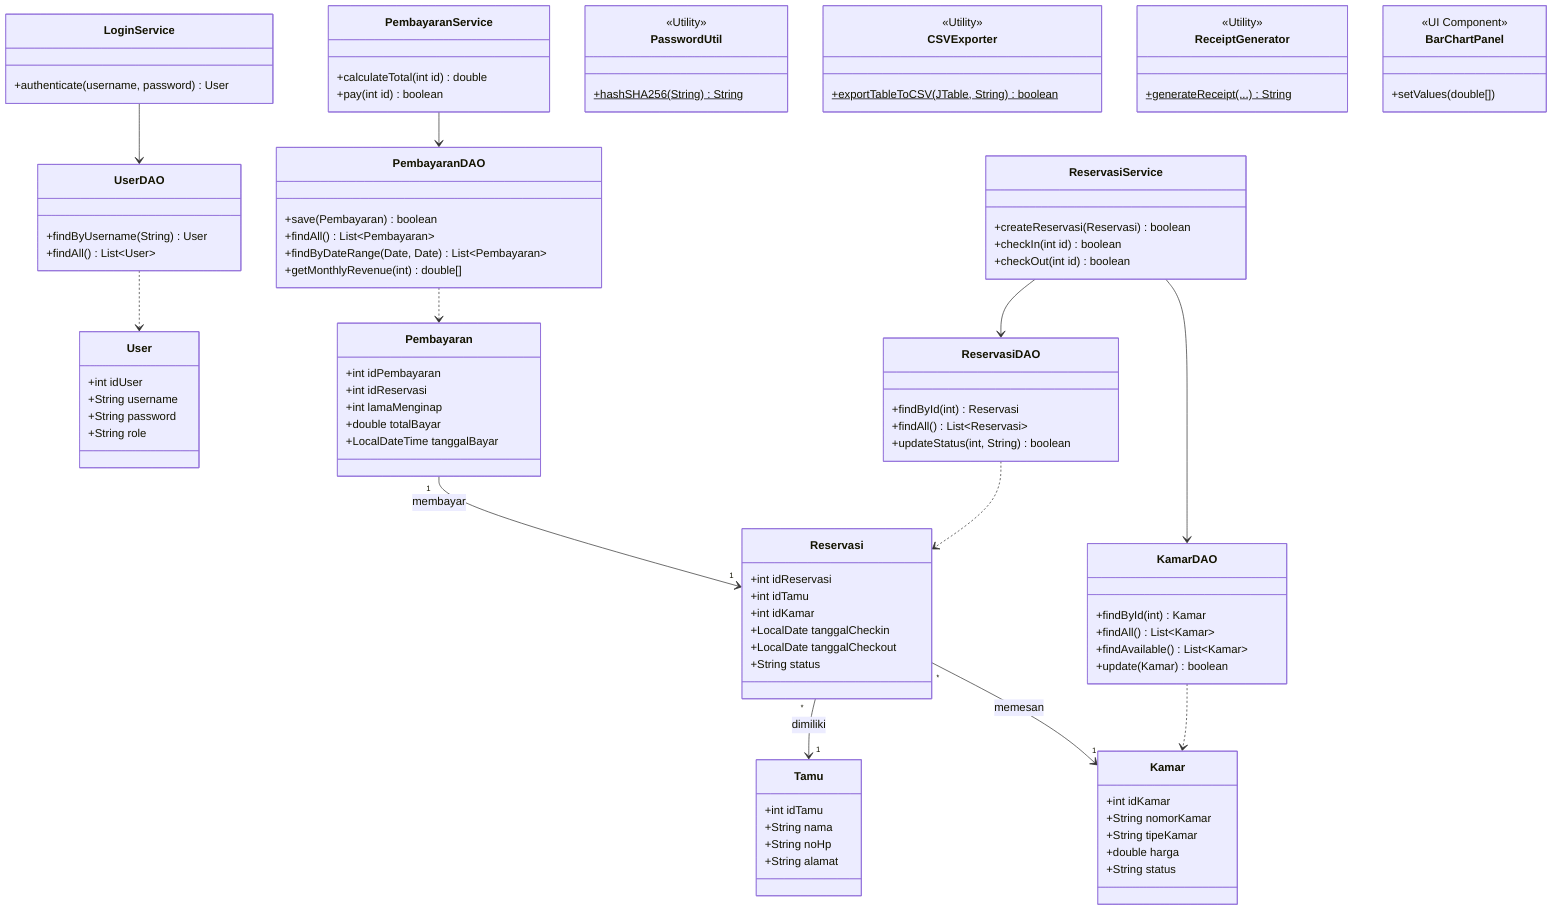
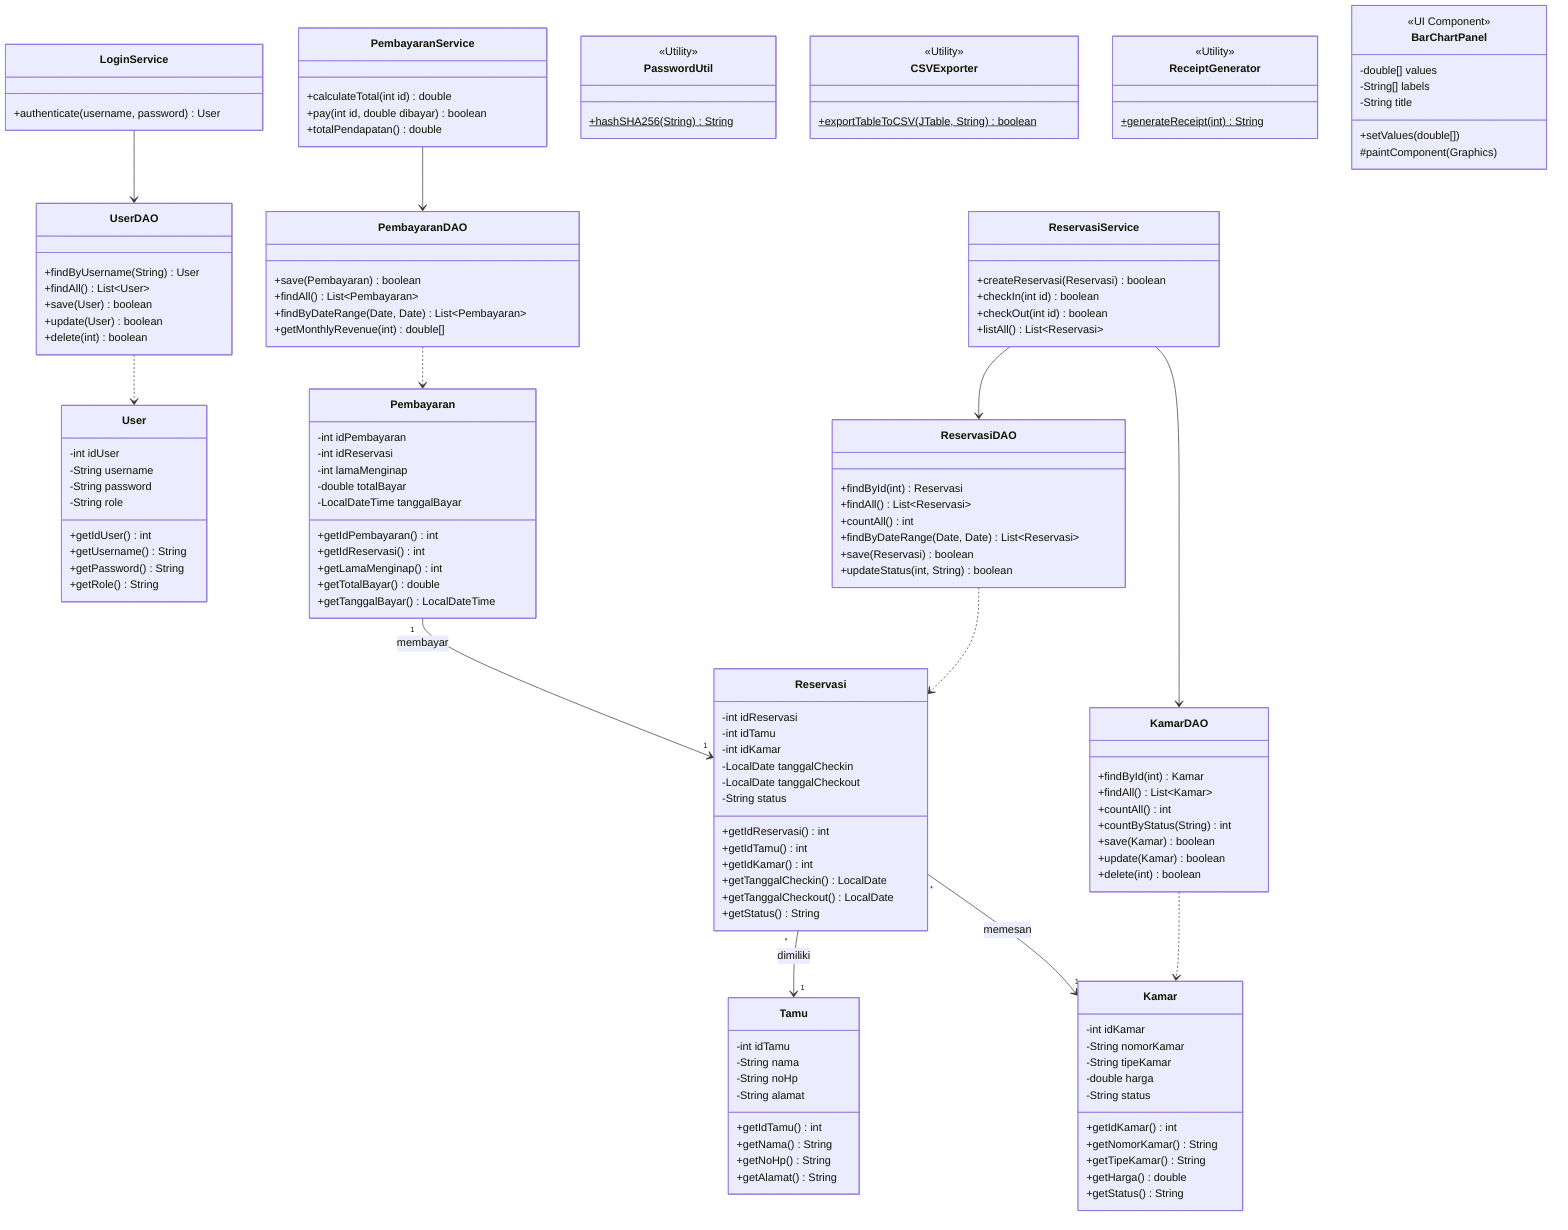
classDiagram
    %% Model Layer
    class User {
-         +int idUser
-         +String username
-         +String password
-         +String role
+         -int idUser
+         -String username
+         -String password
+         -String role
+         +getIdUser() int
+         +getUsername() String
+         +getPassword() String
+         +getRole() String
    }
    class Kamar {
-         +int idKamar
-         +String nomorKamar
-         +String tipeKamar
-         +double harga
-         +String status
+         -int idKamar
+         -String nomorKamar
+         -String tipeKamar
+         -double harga
+         -String status
+         +getIdKamar() int
+         +getNomorKamar() String
+         +getTipeKamar() String
+         +getHarga() double
+         +getStatus() String
    }
    class Tamu {
-         +int idTamu
-         +String nama
-         +String noHp
-         +String alamat
+         -int idTamu
+         -String nama
+         -String noHp
+         -String alamat
+         +getIdTamu() int
+         +getNama() String
+         +getNoHp() String
+         +getAlamat() String
    }
    class Reservasi {
-         +int idReservasi
-         +int idTamu
-         +int idKamar
-         +LocalDate tanggalCheckin
-         +LocalDate tanggalCheckout
-         +String status
+         -int idReservasi
+         -int idTamu
+         -int idKamar
+         -LocalDate tanggalCheckin
+         -LocalDate tanggalCheckout
+         -String status
+         +getIdReservasi() int
+         +getIdTamu() int
+         +getIdKamar() int
+         +getTanggalCheckin() LocalDate
+         +getTanggalCheckout() LocalDate
+         +getStatus() String
    }
    class Pembayaran {
-         +int idPembayaran
-         +int idReservasi
-         +int lamaMenginap
-         +double totalBayar
-         +LocalDateTime tanggalBayar
+         -int idPembayaran
+         -int idReservasi
+         -int lamaMenginap
+         -double totalBayar
+         -LocalDateTime tanggalBayar
+         +getIdPembayaran() int
+         +getIdReservasi() int
+         +getLamaMenginap() int
+         +getTotalBayar() double
+         +getTanggalBayar() LocalDateTime
    }

    Reservasi "*" --> "1" Tamu : dimiliki
    Reservasi "*" --> "1" Kamar : memesan
    Pembayaran "1" --> "1" Reservasi : membayar

    %% DAO Layer
    class UserDAO {
        +findByUsername(String) User
        +findAll() List~User~
+         +save(User) boolean
+         +update(User) boolean
+         +delete(int) boolean
    }
    class KamarDAO {
        +findById(int) Kamar
        +findAll() List~Kamar~
-         +findAvailable() List~Kamar~
+         +countAll() int
+         +countByStatus(String) int
+         +save(Kamar) boolean
        +update(Kamar) boolean
+         +delete(int) boolean
    }
    class ReservasiDAO {
        +findById(int) Reservasi
        +findAll() List~Reservasi~
+         +countAll() int
+         +findByDateRange(Date, Date) List~Reservasi~
+         +save(Reservasi) boolean
        +updateStatus(int, String) boolean
    }
    class PembayaranDAO {
        +save(Pembayaran) boolean
        +findAll() List~Pembayaran~
        +findByDateRange(Date, Date) List~Pembayaran~
        +getMonthlyRevenue(int) double[]
    }

    UserDAO ..> User
    KamarDAO ..> Kamar
    ReservasiDAO ..> Reservasi
    PembayaranDAO ..> Pembayaran

    %% Service Layer
    class LoginService {
        +authenticate(username, password) User
    }
    class ReservasiService {
        +createReservasi(Reservasi) boolean
        +checkIn(int id) boolean
        +checkOut(int id) boolean
+         +listAll() List~Reservasi~
    }
    class PembayaranService {
        +calculateTotal(int id) double
-         +pay(int id) boolean
+         +pay(int id, double dibayar) boolean
+         +totalPendapatan() double
    }

    LoginService --> UserDAO
    ReservasiService --> ReservasiDAO
    ReservasiService --> KamarDAO
    PembayaranService --> PembayaranDAO

    %% Utility Layer
    class PasswordUtil {
        <<Utility>>
-         +hashSHA256(String) String$
+         +hashSHA256(String)$ String
    }
    class CSVExporter {
        <<Utility>>
-         +exportTableToCSV(JTable, String) boolean$
+         +exportTableToCSV(JTable, String)$ boolean
    }
    class ReceiptGenerator {
        <<Utility>>
-         +generateReceipt(...) String$
+         +generateReceipt(int)$ String
    }

    %% View Layer (Partial)
    class BarChartPanel {
        <<UI Component>>
+         -double[] values
+         -String[] labels
+         -String title
        +setValues(double[])
+         #paintComponent(Graphics)
    }
